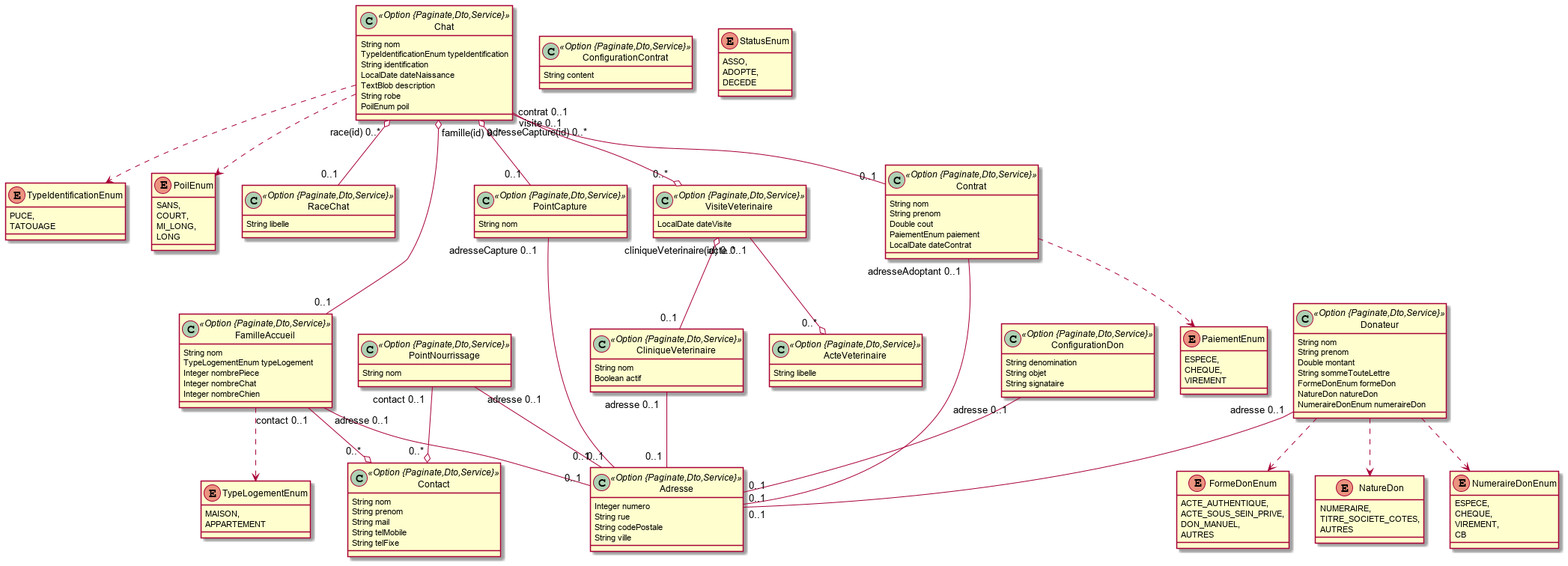
Before: jhipster-jdl.png, a diagram exported from PlantUML (alexis-puska/assoGestion).
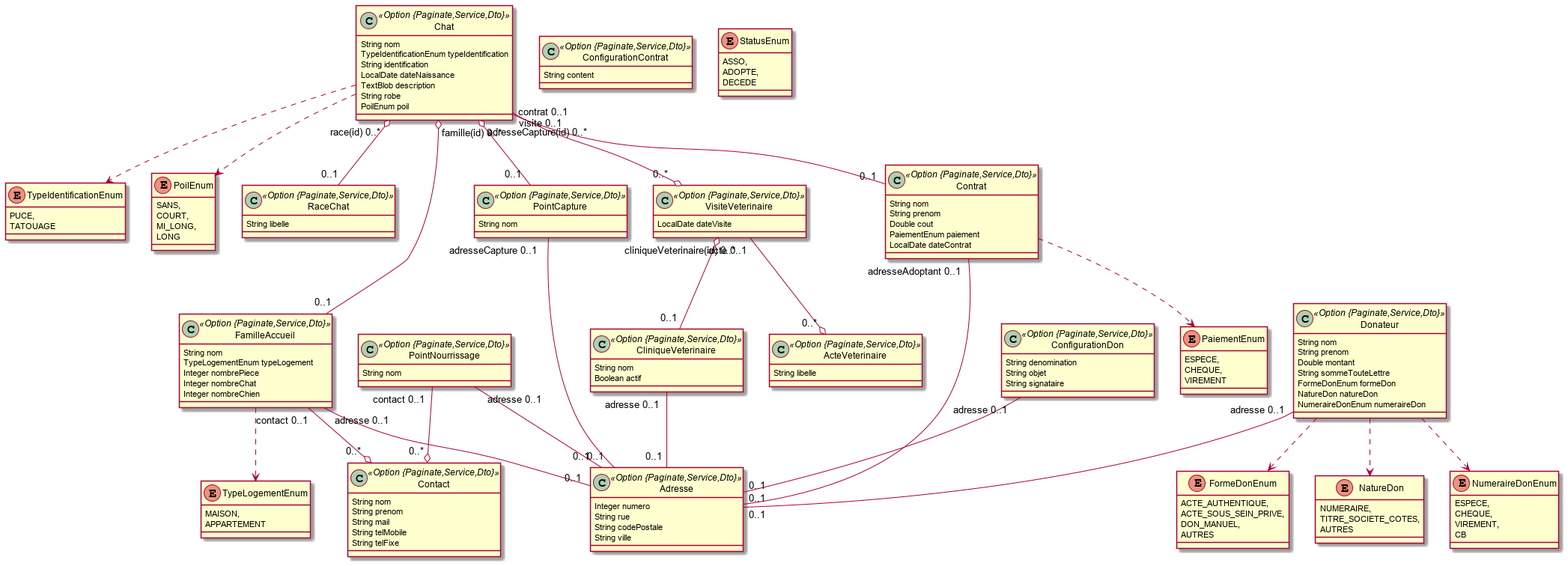
After the commit.

The edit, as a diff of the source:
```diff
@@ -1,6 +1,6 @@
 @startuml
 	!pragma syntax class
-	class Chat <<Option {Paginate,Dto,Service}>> {
+	class Chat <<Option {Paginate,Service,Dto}>> {
 		String nom
 		TypeIdentificationEnum typeIdentification
 		String identification
@@ -11,13 +11,13 @@
 	}
 	Chat ..> TypeIdentificationEnum
 	Chat ..> PoilEnum
-	class RaceChat <<Option {Paginate,Dto,Service}>> {
+	class RaceChat <<Option {Paginate,Service,Dto}>> {
 		String libelle
 	}
-	class ActeVeterinaire <<Option {Paginate,Dto,Service}>> {
+	class ActeVeterinaire <<Option {Paginate,Service,Dto}>> {
 		String libelle
 	}
-	class FamilleAccueil <<Option {Paginate,Dto,Service}>> {
+	class FamilleAccueil <<Option {Paginate,Service,Dto}>> {
 		String nom
 		TypeLogementEnum typeLogement
 		Integer nombrePiece
@@ -25,14 +25,14 @@
 		Integer nombreChien
 	}
 	FamilleAccueil ..> TypeLogementEnum
-	class Contact <<Option {Paginate,Dto,Service}>> {
+	class Contact <<Option {Paginate,Service,Dto}>> {
 		String nom
 		String prenom
 		String mail
 		String telMobile
 		String telFixe
 	}
-	class Contrat <<Option {Paginate,Dto,Service}>> {
+	class Contrat <<Option {Paginate,Service,Dto}>> {
 		String nom
 		String prenom
 		Double cout
@@ -40,34 +40,34 @@
 		LocalDate dateContrat
 	}
 	Contrat ..> PaiementEnum
-	class PointCapture <<Option {Paginate,Dto,Service}>> {
+	class PointCapture <<Option {Paginate,Service,Dto}>> {
 		String nom
 	}
-	class PointNourrissage <<Option {Paginate,Dto,Service}>> {
+	class PointNourrissage <<Option {Paginate,Service,Dto}>> {
 		String nom
 	}
-	class Adresse <<Option {Paginate,Dto,Service}>> {
+	class Adresse <<Option {Paginate,Service,Dto}>> {
 		Integer numero
 		String rue
 		String codePostale
 		String ville
 	}
-	class ConfigurationDon <<Option {Paginate,Dto,Service}>> {
+	class ConfigurationDon <<Option {Paginate,Service,Dto}>> {
 		String denomination
 		String objet
 		String signataire
 	}
-	class ConfigurationContrat <<Option {Paginate,Dto,Service}>> {
+	class ConfigurationContrat <<Option {Paginate,Service,Dto}>> {
 		String content
 	}
-	class CliniqueVeterinaire <<Option {Paginate,Dto,Service}>> {
+	class CliniqueVeterinaire <<Option {Paginate,Service,Dto}>> {
 		String nom
 		Boolean actif
 	}
-	class VisiteVeterinaire <<Option {Paginate,Dto,Service}>> {
+	class VisiteVeterinaire <<Option {Paginate,Service,Dto}>> {
 		LocalDate dateVisite
 	}
-	class Donateur <<Option {Paginate,Dto,Service}>> {
+	class Donateur <<Option {Paginate,Service,Dto}>> {
 		String nom
 		String prenom
 		Double montant
```
